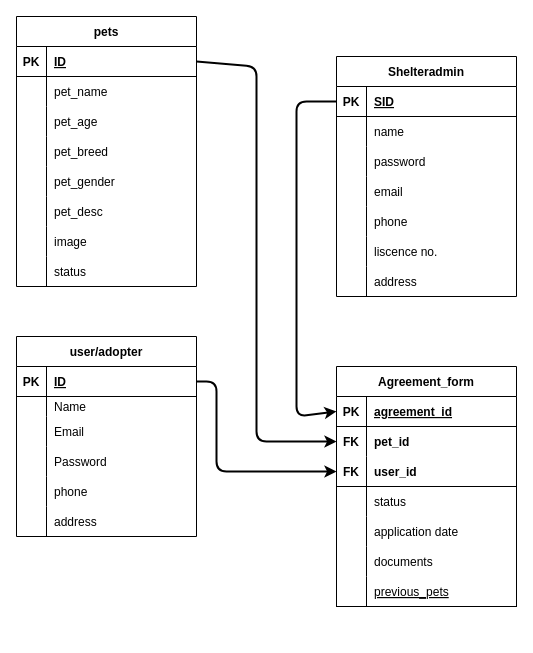
This is Pet_adoption/user/schema.drawio from sushilnemkul/pet-adoption, a draw.io file, before an edit. Source tidied: cells renumbered, new cells numbered last; positions are measured from the earlier drawing's top-left corner, leaving out a move shared by most shapes. Both pictures are drawn from the tidied source at 100%, with x=0, y=0 at pixel (16, 16).
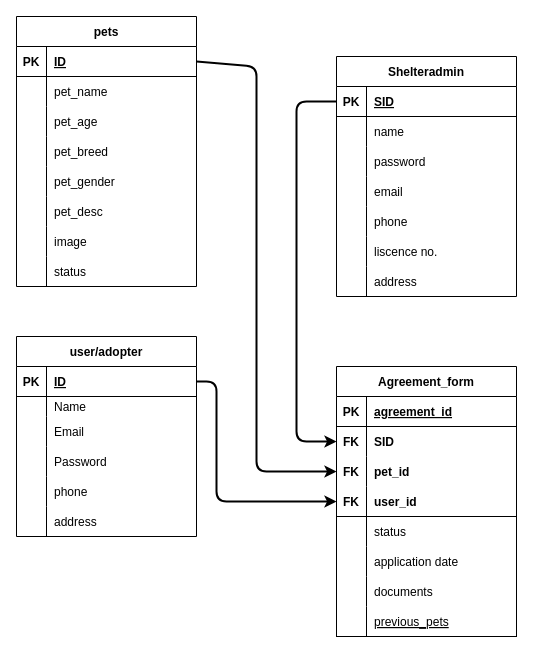
The same page after the edit.

The change refers to these unchanged cells:
```xml
<mxCell id="3" style="shape=tableRow;horizontal=0;startSize=0;swimlaneHead=0;swimlaneBody=0;fillColor=none;points=[[0,0.5],[1,0.5]];portConstraint=eastwest;top=0;left=0;right=0;bottom=1;" parent="2" vertex="1">
  <mxGeometry y="30" width="180" height="30" as="geometry" />
</mxCell>
<mxCell id="22" style="shape=tableRow;horizontal=0;startSize=0;swimlaneHead=0;swimlaneBody=0;fillColor=none;points=[[0,0.5],[1,0.5]];portConstraint=eastwest;top=0;left=0;right=0;bottom=1;" parent="21" vertex="1">
  <mxGeometry y="30" width="180" height="30" as="geometry" />
</mxCell>
<mxCell id="44" style="shape=tableRow;horizontal=0;startSize=0;swimlaneHead=0;swimlaneBody=0;fillColor=none;points=[[0,0.5],[1,0.5]];portConstraint=eastwest;top=0;left=0;right=0;bottom=1;" parent="43" vertex="1">
  <mxGeometry y="30" width="180" height="30" as="geometry" />
</mxCell>
<mxCell id="69" style="shape=tableRow;horizontal=0;startSize=0;swimlaneHead=0;swimlaneBody=0;fillColor=none;points=[[0,0.5],[1,0.5]];portConstraint=eastwest;top=0;left=0;right=0;bottom=1;" parent="68" vertex="1">
  <mxGeometry y="30" width="180" height="30" as="geometry" />
</mxCell>
<mxCell id="72" style="shape=tableRow;horizontal=0;startSize=0;swimlaneHead=0;swimlaneBody=0;fillColor=none;points=[[0,0.5],[1,0.5]];portConstraint=eastwest;top=0;left=0;right=0;bottom=0;" parent="68" vertex="1">
  <mxGeometry y="60" width="180" height="30" as="geometry" />
</mxCell>
```

The edit, as a diff of the source:
```diff
@@
     <mxCell id="68" value="Agreement_form" style="shape=table;startSize=30;childLayout=tableLayout;rowLines=0;fontStyle=1;align=center;" parent="1" vertex="1">
-      <mxGeometry x="320" y="350" width="180" height="240" as="geometry" />
+      <mxGeometry x="320" y="350" width="180" height="270" as="geometry" />
     </mxCell>
@@
-    <mxCell id="74" value="pet_id" style="shape=partialRectangle;fillColor=none;top=0;left=0;bottom=0;right=0;align=left;spacingLeft=6;overflow=hidden;fontStyle=1;" parent="72" vertex="1">
+    <mxCell id="74" value="SID" style="shape=partialRectangle;fillColor=none;top=0;left=0;bottom=0;right=0;align=left;spacingLeft=6;overflow=hidden;fontStyle=1;" parent="72" vertex="1">
       <mxGeometry x="30" width="150" height="30" as="geometry" />
     </mxCell>
+    <mxCell id="93" style="shape=tableRow;horizontal=0;startSize=0;swimlaneHead=0;swimlaneBody=0;fillColor=none;points=[[0,0.5],[1,0.5]];portConstraint=eastwest;top=0;left=0;right=0;bottom=0;" parent="68" vertex="1">
+      <mxGeometry y="90" width="180" height="30" as="geometry" />
+    </mxCell>
+    <mxCell id="94" value="FK" style="shape=partialRectangle;fillColor=none;top=0;left=0;bottom=0;right=0;overflow=hidden;fontStyle=1;" parent="93" vertex="1">
+      <mxGeometry width="30" height="30" as="geometry" />
+    </mxCell>
+    <mxCell id="95" value="pet_id" style="shape=partialRectangle;fillColor=none;top=0;left=0;bottom=0;right=0;align=left;spacingLeft=6;overflow=hidden;fontStyle=1;" parent="93" vertex="1">
+      <mxGeometry x="30" width="150" height="30" as="geometry" />
+    </mxCell>
     <mxCell id="75" style="shape=tableRow;horizontal=0;startSize=0;swimlaneHead=0;swimlaneBody=0;fillColor=none;points=[[0,0.5],[1,0.5]];portConstraint=eastwest;top=0;left=0;right=0;bottom=1;" parent="68" vertex="1">
-      <mxGeometry y="90" width="180" height="30" as="geometry" />
+      <mxGeometry y="120" width="180" height="30" as="geometry" />
     </mxCell>
@@
     <mxCell id="78" style="shape=tableRow;horizontal=0;startSize=0;swimlaneHead=0;swimlaneBody=0;fillColor=none;top=0;left=0;right=0;bottom=0;" parent="68" vertex="1">
-      <mxGeometry y="120" width="180" height="30" as="geometry" />
+      <mxGeometry y="150" width="180" height="30" as="geometry" />
     </mxCell>
@@
     <mxCell id="81" style="shape=tableRow;horizontal=0;startSize=0;swimlaneHead=0;swimlaneBody=0;fillColor=none;top=0;left=0;right=0;bottom=0;" parent="68" vertex="1">
-      <mxGeometry y="150" width="180" height="30" as="geometry" />
+      <mxGeometry y="180" width="180" height="30" as="geometry" />
     </mxCell>
@@
     <mxCell id="84" style="shape=tableRow;horizontal=0;startSize=0;swimlaneHead=0;swimlaneBody=0;fillColor=none;top=0;left=0;right=0;bottom=0;" parent="68" vertex="1">
-      <mxGeometry y="180" width="180" height="30" as="geometry" />
+      <mxGeometry y="210" width="180" height="30" as="geometry" />
     </mxCell>
@@
     <mxCell id="87" style="shape=tableRow;horizontal=0;startSize=0;swimlaneHead=0;swimlaneBody=0;fillColor=none;top=0;left=0;right=0;bottom=1;" parent="68" vertex="1">
-      <mxGeometry y="210" width="180" height="30" as="geometry" />
+      <mxGeometry y="240" width="180" height="30" as="geometry" />
     </mxCell>
@@
-    <mxCell id="90" style="edgeStyle=none;html=1;exitX=1;exitY=0.5;exitDx=0;exitDy=0;entryX=0;entryY=0.5;entryDx=0;entryDy=0;strokeWidth=2;" parent="1" edge="1" source="44" target="72">
+    <mxCell id="90" style="edgeStyle=none;html=1;exitX=1;exitY=0.5;exitDx=0;exitDy=0;entryX=0;entryY=0.5;entryDx=0;entryDy=0;strokeWidth=2;" parent="1" edge="1" source="44" target="93">
       <mxGeometry relative="1" as="geometry">
         <Array as="points">
           <mxPoint x="240" y="50" />
           <mxPoint x="240" y="330" />
-          <mxPoint x="240" y="425" />
+          <mxPoint x="240" y="455" />
         </Array>
       </mxGeometry>
     </mxCell>
-    <mxCell id="91" style="edgeStyle=none;html=1;exitX=0;exitY=0.5;exitDx=0;exitDy=0;entryX=0;entryY=0.5;entryDx=0;entryDy=0;strokeWidth=2;" parent="1" edge="1" source="22" target="69">
+    <mxCell id="91" style="edgeStyle=none;html=1;exitX=0;exitY=0.5;exitDx=0;exitDy=0;entryX=0;entryY=0.5;entryDx=0;entryDy=0;strokeWidth=2;" parent="1" edge="1" source="22" target="72">
       <mxGeometry relative="1" as="geometry">
         <Array as="points">
           <mxPoint x="280" y="85" />
-          <mxPoint x="280" y="400" />
+          <mxPoint x="280" y="425" />
         </Array>
       </mxGeometry>
     </mxCell>
     <mxCell id="92" style="edgeStyle=none;html=1;exitX=1;exitY=0.5;exitDx=0;exitDy=0;entryX=0;entryY=0.5;entryDx=0;entryDy=0;strokeWidth=2;" parent="1" edge="1" source="3" target="75">
       <mxGeometry relative="1" as="geometry">
         <Array as="points">
           <mxPoint x="200" y="365" />
-          <mxPoint x="200" y="455" />
+          <mxPoint x="200" y="485" />
         </Array>
       </mxGeometry>
     </mxCell>
```
